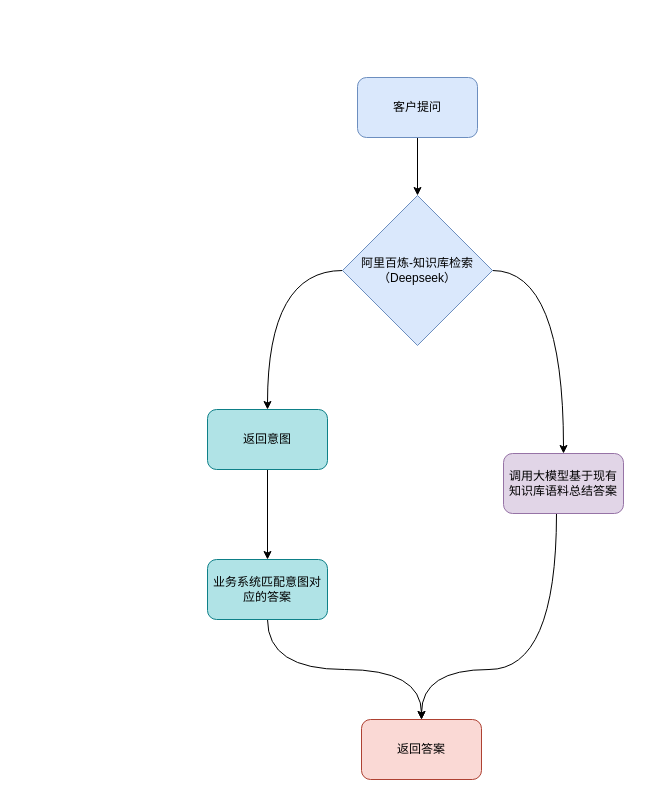
ammengke/my-drawio keeps this draw.io diagram as 智能问答系统决策流程图20250305.drawio. Above is the earlier version. Source tidied: cells renumbered, new cells numbered last; positions are measured from the earlier drawing's top-left corner, leaving out a move shared by most shapes. Both pictures are drawn from the tidied source at 100%, with x=0, y=0 at pixel (207, 77).
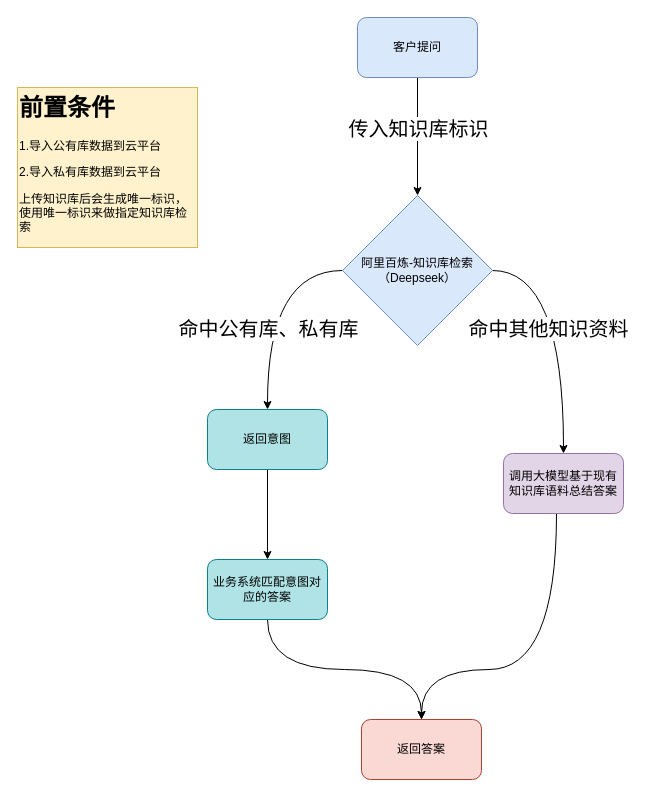
After the change.

Commit message:
更新智能问答系统决策流程图20250305.drawio

Unchanged cells that the change refers to:
```xml
<mxCell id="2" style="edgeStyle=orthogonalEdgeStyle;rounded=0;jettySize=auto;html=1;entryX=0.5;entryY=0;entryDx=0;entryDy=0;" parent="1" edge="1" source="3" target="6">
  <mxGeometry relative="1" as="geometry" />
</mxCell>
<mxCell id="4" style="edgeStyle=orthogonalEdgeStyle;rounded=0;jettySize=auto;html=1;entryX=0.5;entryY=0;entryDx=0;entryDy=0;curved=1;" parent="1" edge="1" source="6" target="8">
  <mxGeometry relative="1" as="geometry" />
</mxCell>
```

What changed in the source:
```diff
@@
+    <mxCell id="14" value="传入知识库标识" style="edgeLabel;html=1;align=center;verticalAlign=middle;fontSize=20;" parent="2" vertex="1">
+      <mxGeometry x="-0.42" y="2" relative="1" as="geometry">
+        <mxPoint x="-2" y="16" as="offset" />
+      </mxGeometry>
+    </mxCell>
     <mxCell id="3" value="客户提问" style="rounded=1;whiteSpace=wrap;html=1;fillColor=#dae8fc;strokeColor=#6c8ebf;" parent="1" vertex="1">
-      <mxGeometry x="150" width="120" height="60" as="geometry" />
+      <mxGeometry x="150" y="-60" width="120" height="60" as="geometry" />
     </mxCell>
@@
+    <mxCell id="15" value="命中公有库、私有库" style="edgeLabel;html=1;align=center;verticalAlign=middle;fontSize=20;" parent="4" vertex="1">
+      <mxGeometry x="0.03" y="15" relative="1" as="geometry">
+        <mxPoint x="-15" y="22" as="offset" />
+      </mxGeometry>
+    </mxCell>
@@
+    <mxCell id="16" value="&lt;h1 style=&quot;margin-top: 0px;&quot;&gt;前置条件&lt;/h1&gt;&lt;p&gt;1.导入公有库数据到云平台&lt;/p&gt;&lt;p&gt;2.导入私有库数据到云平台&lt;/p&gt;&lt;p&gt;上传知识库后会生成唯一标识，使用唯一标识来做指定知识库检索&lt;/p&gt;" style="text;html=1;whiteSpace=wrap;overflow=hidden;rounded=0;fillColor=#fff2cc;strokeColor=#d6b656;" parent="1" vertex="1">
+      <mxGeometry x="-190" y="10" width="180" height="160" as="geometry" />
+    </mxCell>
+    <mxCell id="17" value="命中其他知识资料" style="edgeLabel;html=1;align=center;verticalAlign=middle;fontSize=20;" parent="1" vertex="1">
+      <mxGeometry x="340" y="250" as="geometry" />
+    </mxCell>
```
